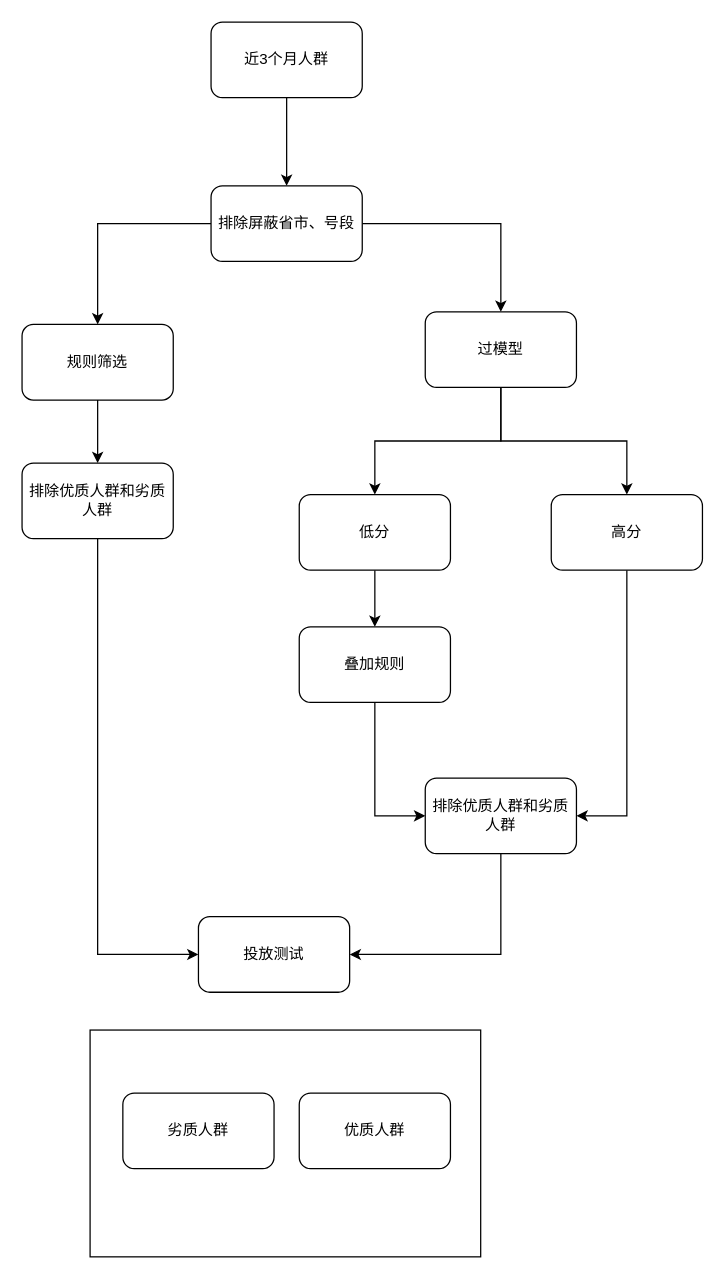
This is 洋钱罐效果优化.drawio from ashengtx/drawio, a draw.io file, before an edit. Source tidied: cells renumbered, new cells numbered last; positions are measured from the earlier drawing's top-left corner, leaving out a move shared by most shapes. Both pictures are drawn from the tidied source at 126%, with x=0, y=0 at pixel (21, 21).
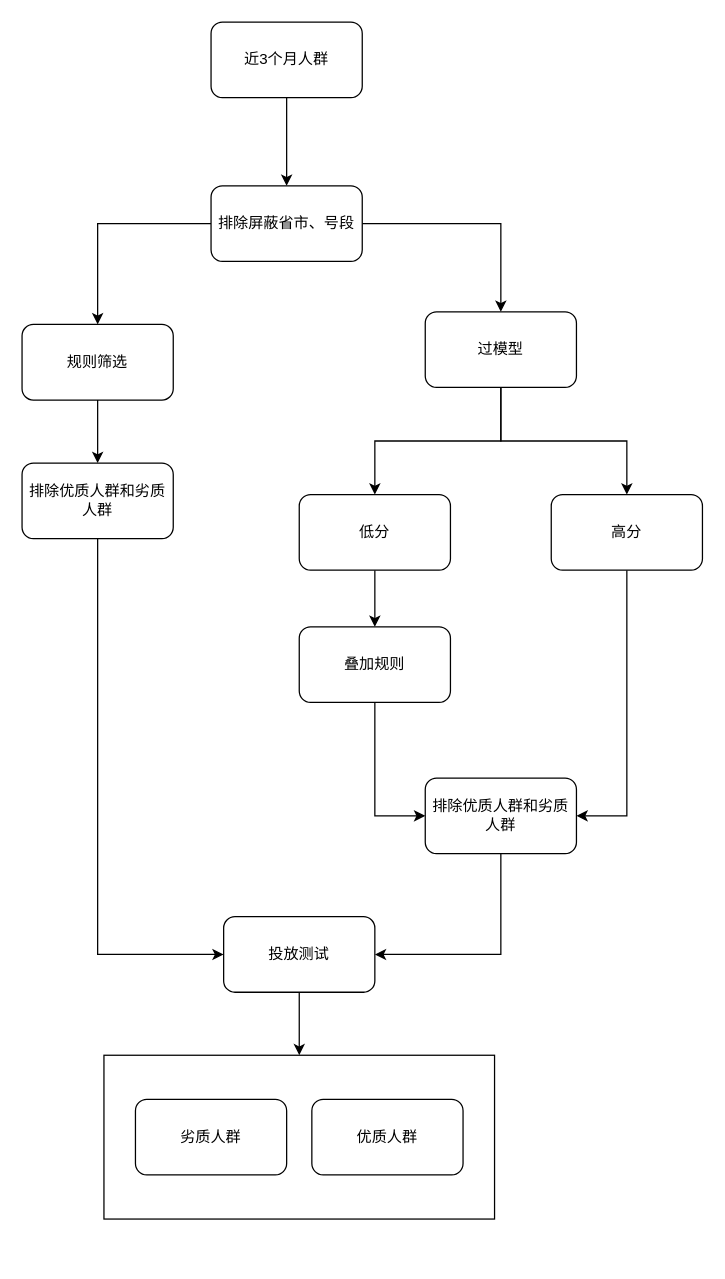
The same diagram, later.

Commit message:
Update 洋钱罐效果优化.drawio

Change to the diagram source:
```diff
@@
     <mxCell id="2" style="rounded=0;whiteSpace=wrap;html=1;" parent="1" vertex="1">
-      <mxGeometry x="54" y="800" width="310" height="180" as="geometry" />
+      <mxGeometry x="65" y="820" width="310" height="130" as="geometry" />
     </mxCell>
@@
+    <mxCell id="26" style="edgeStyle=orthogonalEdgeStyle;rounded=0;jettySize=auto;html=1;entryX=0.5;entryY=0;entryDx=0;entryDy=0;" parent="1" edge="1" source="13" target="2">
+      <mxGeometry relative="1" as="geometry" />
+    </mxCell>
     <mxCell id="13" value="投放测试" style="rounded=1;whiteSpace=wrap;html=1;" parent="1" vertex="1">
-      <mxGeometry x="140" y="710" width="120" height="60" as="geometry" />
+      <mxGeometry x="160" y="710" width="120" height="60" as="geometry" />
     </mxCell>
@@
     <mxCell id="24" value="优质人群" style="rounded=1;whiteSpace=wrap;html=1;" parent="1" vertex="1">
-      <mxGeometry x="220" y="850" width="120" height="60" as="geometry" />
+      <mxGeometry x="230" y="855" width="120" height="60" as="geometry" />
     </mxCell>
     <mxCell id="25" value="劣质人群" style="rounded=1;whiteSpace=wrap;html=1;" parent="1" vertex="1">
-      <mxGeometry x="80" y="850" width="120" height="60" as="geometry" />
+      <mxGeometry x="90" y="855" width="120" height="60" as="geometry" />
     </mxCell>
```
